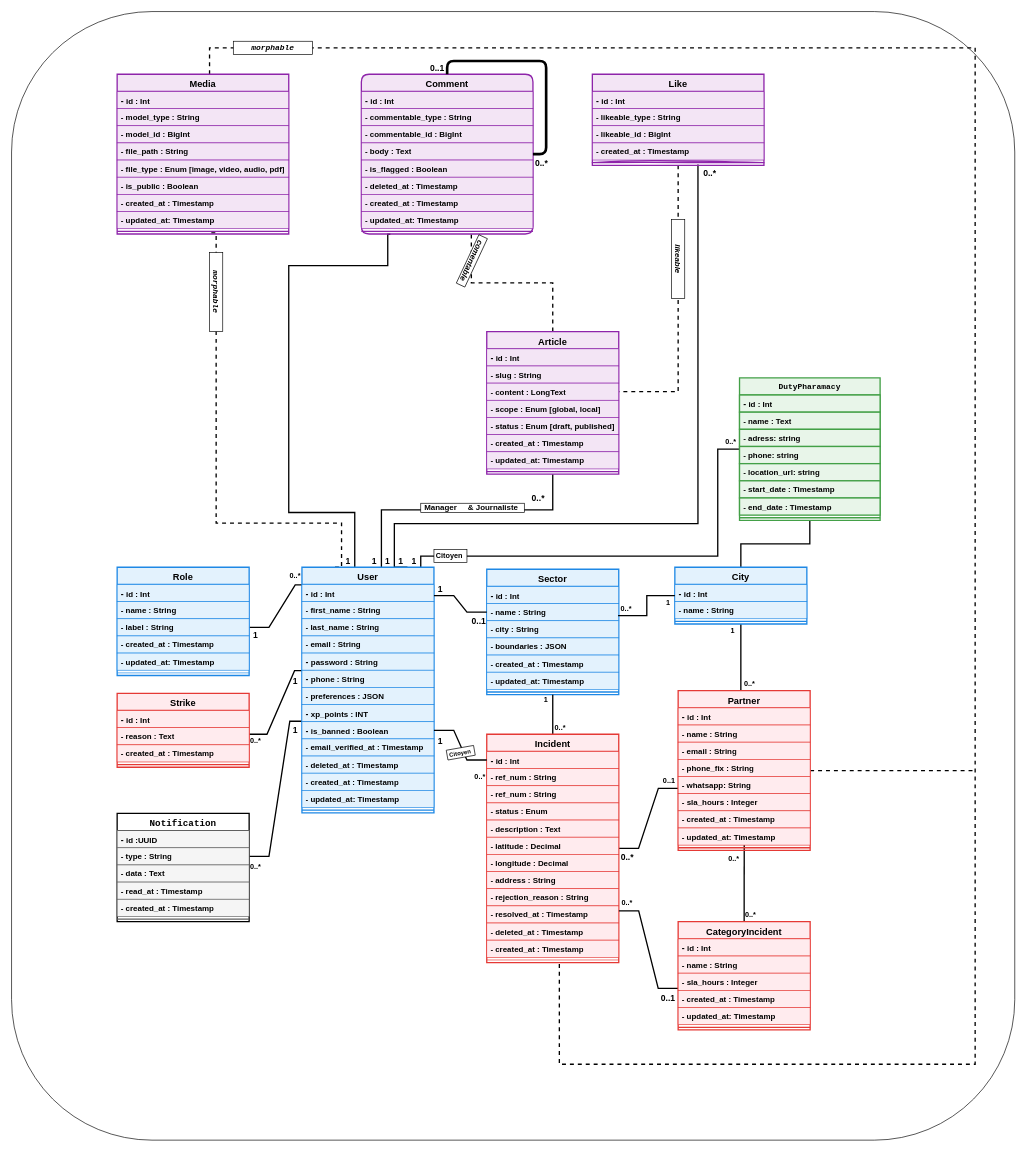
The draw.io diagram Dossier de Conception/diagramme Classe final Safi Pulse drow.drawio in AbdellahLemtiri/CityPulse-FR, before the edit. Source tidied: cells renumbered, new cells numbered last; positions are measured from the earlier drawing's top-left corner, leaving out a move shared by most shapes. Both pictures are drawn from the tidied source at 66%, with x=0, y=0 at pixel (11, 11).
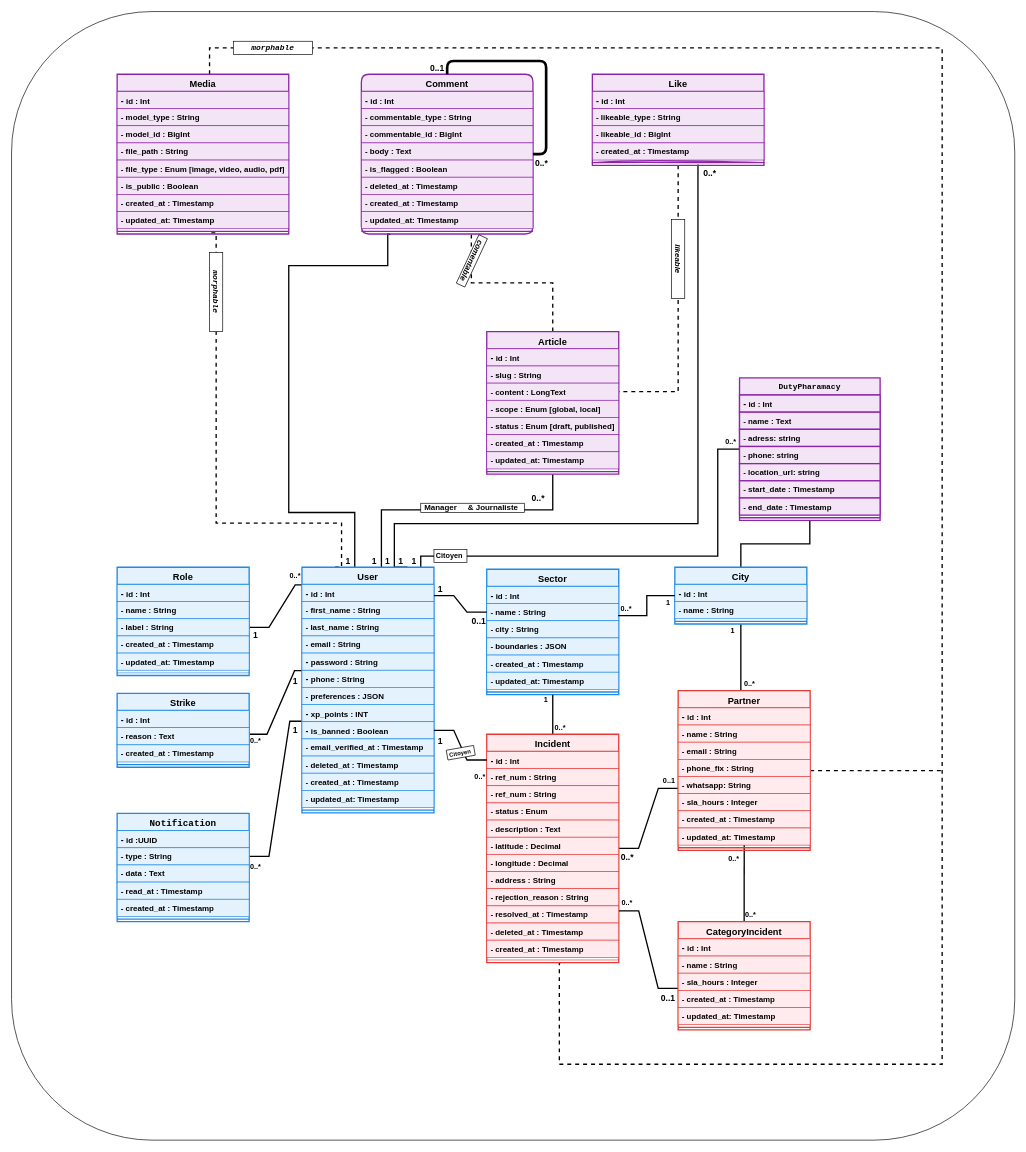
The same diagram, later.

The change refers to these unchanged cells:
```xml
<mxCell id="42" value="&lt;font style=&quot;font-size: 14px;&quot;&gt;Media&lt;/font&gt;" style="swimlane;fontStyle=1;align=center;verticalAlign=top;horizontal=1;startSize=26;whiteSpace=wrap;html=1;backgroundOutline=0;fixedWidth=0;strokeWidth=2;fillColor=#F3E5F5;strokeColor=#8E24AA;" parent="1" vertex="1">
  <mxGeometry x="160" y="95" width="260" height="242" as="geometry" />
</mxCell>
<mxCell id="85" style="line;strokeWidth=1;align=left;verticalAlign=middle;spacingTop=-1;spacingLeft=3;spacingRight=3;labelPosition=right;points=[];portConstraint=eastwest;fillColor=#FFEBEE;strokeColor=#E53935;" parent="72" vertex="1">
  <mxGeometry y="338" width="200" height="8" as="geometry" />
</mxCell>
<mxCell id="167" value="&lt;font style=&quot;font-size: 14px;&quot;&gt;Partner&lt;/font&gt;" style="swimlane;fontStyle=1;align=center;verticalAlign=top;horizontal=1;startSize=26;whiteSpace=wrap;html=1;backgroundOutline=0;fixedWidth=0;strokeWidth=2;fillColor=#FFEBEE;strokeColor=#E53935;" parent="1" vertex="1">
  <mxGeometry x="1010" y="1029" width="200" height="242" as="geometry" />
</mxCell>
```

Diff of the diagram source:
```diff
@@
     <mxCell id="41" style="edgeStyle=orthogonalEdgeStyle;rounded=0;jettySize=auto;html=1;entryX=0.557;entryY=0.75;entryDx=0;entryDy=0;dashed=1;strokeWidth=2;endArrow=none;endFill=0;entryPerimeter=0;" parent="1" edge="1" source="42" target="85">
       <mxGeometry relative="1" as="geometry">
         <Array as="points">
           <mxPoint x="300" y="55" />
-          <mxPoint x="1460" y="55" />
-          <mxPoint x="1460" y="1595" />
+          <mxPoint x="1410" y="55" />
+          <mxPoint x="1410" y="1595" />
           <mxPoint x="830" y="1595" />
           <mxPoint x="830" y="1441" />
         </Array>
       </mxGeometry>
     </mxCell>
@@
-    <mxCell id="96" value="&lt;code&gt;DutyPharamacy&lt;/code&gt;" style="swimlane;fontStyle=1;align=center;verticalAlign=top;horizontal=1;startSize=26;whiteSpace=wrap;html=1;backgroundOutline=0;fixedWidth=0;strokeWidth=2;fillColor=#E8F5E9;strokeColor=#43A047;" parent="1" vertex="1">
+    <mxCell id="96" value="&lt;code&gt;DutyPharamacy&lt;/code&gt;" style="swimlane;fontStyle=1;align=center;verticalAlign=top;horizontal=1;startSize=26;whiteSpace=wrap;html=1;backgroundOutline=0;fixedWidth=0;strokeWidth=2;fillColor=#F3E5F5;strokeColor=#8E24AA;" parent="1" vertex="1">
       <mxGeometry x="1103" y="555" width="213" height="216" as="geometry" />
     </mxCell>
-    <mxCell id="97" value="&lt;b&gt;&lt;span style=&quot;font-size: 13px;&quot;&gt;-&amp;nbsp;&lt;/span&gt;id :&amp;nbsp;&lt;/b&gt;&lt;b&gt;Int&lt;/b&gt;" style="text;align=left;verticalAlign=top;spacingLeft=4;spacingRight=4;overflow=hidden;whiteSpace=wrap;html=1;strokeWidth=2;fillColor=#E8F5E9;strokeColor=#43A047;" parent="96" vertex="1">
+    <mxCell id="97" value="&lt;b&gt;&lt;span style=&quot;font-size: 13px;&quot;&gt;-&amp;nbsp;&lt;/span&gt;id :&amp;nbsp;&lt;/b&gt;&lt;b&gt;Int&lt;/b&gt;" style="text;align=left;verticalAlign=top;spacingLeft=4;spacingRight=4;overflow=hidden;whiteSpace=wrap;html=1;strokeWidth=2;fillColor=#F3E5F5;strokeColor=#8E24AA;" parent="96" vertex="1">
       <mxGeometry y="26" width="213" height="26" as="geometry" />
     </mxCell>
-    <mxCell id="98" value="&lt;b&gt;-&amp;nbsp;name : Text&lt;/b&gt;" style="text;align=left;verticalAlign=top;spacingLeft=4;spacingRight=4;overflow=hidden;whiteSpace=wrap;html=1;strokeWidth=2;fillColor=#E8F5E9;strokeColor=#43A047;" parent="96" vertex="1">
+    <mxCell id="98" value="&lt;b&gt;-&amp;nbsp;name : Text&lt;/b&gt;" style="text;align=left;verticalAlign=top;spacingLeft=4;spacingRight=4;overflow=hidden;whiteSpace=wrap;html=1;strokeWidth=2;fillColor=#F3E5F5;strokeColor=#8E24AA;" parent="96" vertex="1">
       <mxGeometry y="52" width="213" height="26" as="geometry" />
     </mxCell>
-    <mxCell id="99" value="&lt;div&gt;&lt;b&gt;-&amp;nbsp;&lt;span style=&quot;background-color: transparent; color: light-dark(rgb(0, 0, 0), rgb(255, 255, 255));&quot;&gt;adress: string&lt;/span&gt;&lt;/b&gt;&lt;/div&gt;" style="text;align=left;verticalAlign=top;spacingLeft=4;spacingRight=4;overflow=hidden;whiteSpace=wrap;html=1;strokeWidth=2;fillColor=#E8F5E9;strokeColor=#43A047;" parent="96" vertex="1">
+    <mxCell id="99" value="&lt;div&gt;&lt;b&gt;-&amp;nbsp;&lt;span style=&quot;background-color: transparent; color: light-dark(rgb(0, 0, 0), rgb(255, 255, 255));&quot;&gt;adress: string&lt;/span&gt;&lt;/b&gt;&lt;/div&gt;" style="text;align=left;verticalAlign=top;spacingLeft=4;spacingRight=4;overflow=hidden;whiteSpace=wrap;html=1;strokeWidth=2;fillColor=#F3E5F5;strokeColor=#8E24AA;" parent="96" vertex="1">
       <mxGeometry y="78" width="213" height="26" as="geometry" />
     </mxCell>
-    <mxCell id="100" value="&lt;div&gt;&lt;b&gt;-&amp;nbsp;&lt;span style=&quot;background-color: transparent; color: light-dark(rgb(0, 0, 0), rgb(255, 255, 255));&quot;&gt;phone: string&lt;/span&gt;&lt;/b&gt;&lt;/div&gt;" style="text;align=left;verticalAlign=top;spacingLeft=4;spacingRight=4;overflow=hidden;whiteSpace=wrap;html=1;strokeWidth=2;fillColor=#E8F5E9;strokeColor=#43A047;" parent="96" vertex="1">
+    <mxCell id="100" value="&lt;div&gt;&lt;b&gt;-&amp;nbsp;&lt;span style=&quot;background-color: transparent; color: light-dark(rgb(0, 0, 0), rgb(255, 255, 255));&quot;&gt;phone: string&lt;/span&gt;&lt;/b&gt;&lt;/div&gt;" style="text;align=left;verticalAlign=top;spacingLeft=4;spacingRight=4;overflow=hidden;whiteSpace=wrap;html=1;strokeWidth=2;fillColor=#F3E5F5;strokeColor=#8E24AA;" parent="96" vertex="1">
       <mxGeometry y="104" width="213" height="26" as="geometry" />
     </mxCell>
-    <mxCell id="101" value="&lt;div&gt;&lt;b&gt;-&amp;nbsp;&lt;span style=&quot;background-color: transparent; color: light-dark(rgb(0, 0, 0), rgb(255, 255, 255));&quot;&gt;location_url: string&lt;/span&gt;&lt;/b&gt;&lt;/div&gt;" style="text;align=left;verticalAlign=top;spacingLeft=4;spacingRight=4;overflow=hidden;whiteSpace=wrap;html=1;strokeWidth=2;fillColor=#E8F5E9;strokeColor=#43A047;" parent="96" vertex="1">
+    <mxCell id="101" value="&lt;div&gt;&lt;b&gt;-&amp;nbsp;&lt;span style=&quot;background-color: transparent; color: light-dark(rgb(0, 0, 0), rgb(255, 255, 255));&quot;&gt;location_url: string&lt;/span&gt;&lt;/b&gt;&lt;/div&gt;" style="text;align=left;verticalAlign=top;spacingLeft=4;spacingRight=4;overflow=hidden;whiteSpace=wrap;html=1;strokeWidth=2;fillColor=#F3E5F5;strokeColor=#8E24AA;" parent="96" vertex="1">
       <mxGeometry y="130" width="213" height="26" as="geometry" />
     </mxCell>
-    <mxCell id="102" value="&lt;div&gt;&lt;b&gt;- start_date : Timestamp&lt;/b&gt;&lt;/div&gt;" style="text;align=left;verticalAlign=top;spacingLeft=4;spacingRight=4;overflow=hidden;whiteSpace=wrap;html=1;strokeWidth=2;fillColor=#E8F5E9;strokeColor=#43A047;" parent="96" vertex="1">
+    <mxCell id="102" value="&lt;div&gt;&lt;b&gt;- start_date : Timestamp&lt;/b&gt;&lt;/div&gt;" style="text;align=left;verticalAlign=top;spacingLeft=4;spacingRight=4;overflow=hidden;whiteSpace=wrap;html=1;strokeWidth=2;fillColor=#F3E5F5;strokeColor=#8E24AA;" parent="96" vertex="1">
       <mxGeometry y="156" width="213" height="26" as="geometry" />
     </mxCell>
-    <mxCell id="103" value="&lt;div&gt;&lt;b&gt;- end_date : Timestamp&lt;/b&gt;&lt;/div&gt;" style="text;align=left;verticalAlign=top;spacingLeft=4;spacingRight=4;overflow=hidden;whiteSpace=wrap;html=1;strokeWidth=2;fillColor=#E8F5E9;strokeColor=#43A047;" parent="96" vertex="1">
+    <mxCell id="103" value="&lt;div&gt;&lt;b&gt;- end_date : Timestamp&lt;/b&gt;&lt;/div&gt;" style="text;align=left;verticalAlign=top;spacingLeft=4;spacingRight=4;overflow=hidden;whiteSpace=wrap;html=1;strokeWidth=2;fillColor=#F3E5F5;strokeColor=#8E24AA;" parent="96" vertex="1">
       <mxGeometry y="182" width="213" height="26" as="geometry" />
     </mxCell>
-    <mxCell id="104" style="line;strokeWidth=2;align=left;verticalAlign=middle;spacingTop=-1;spacingLeft=3;spacingRight=3;labelPosition=right;fillColor=#E8F5E9;strokeColor=#43A047;" parent="96" vertex="1">
+    <mxCell id="104" style="line;strokeWidth=2;align=left;verticalAlign=middle;spacingTop=-1;spacingLeft=3;spacingRight=3;labelPosition=right;fillColor=#F3E5F5;strokeColor=#8E24AA;" parent="96" vertex="1">
       <mxGeometry y="208" width="213" height="8" as="geometry" />
     </mxCell>
-    <mxCell id="105" value="&lt;b&gt;&lt;code&gt;&lt;font style=&quot;font-size: 14px;&quot;&gt;Notification&lt;/font&gt;&lt;/code&gt;&lt;/b&gt;" style="swimlane;fontStyle=1;align=center;verticalAlign=top;horizontal=1;startSize=26;whiteSpace=wrap;html=1;backgroundOutline=0;fixedWidth=0;strokeWidth=2;" parent="1" vertex="1">
+    <mxCell id="105" value="&lt;b&gt;&lt;code&gt;&lt;font style=&quot;font-size: 14px;&quot;&gt;Notification&lt;/font&gt;&lt;/code&gt;&lt;/b&gt;" style="swimlane;fontStyle=1;align=center;verticalAlign=top;horizontal=1;startSize=26;whiteSpace=wrap;html=1;backgroundOutline=0;fixedWidth=0;strokeWidth=2;strokeColor=#1E88E5;fillColor=#E3F2FD;" parent="1" vertex="1">
       <mxGeometry x="160" y="1215" width="200" height="164" as="geometry" />
     </mxCell>
-    <mxCell id="106" value="&lt;b&gt;&lt;span style=&quot;font-size: 13px;&quot;&gt;-&amp;nbsp;&lt;/span&gt;id :UUID&lt;/b&gt;" style="text;align=left;verticalAlign=top;spacingLeft=4;spacingRight=4;overflow=hidden;whiteSpace=wrap;html=1;strokeWidth=1;fillColor=#F5F5F5;strokeColor=#616161;" parent="105" vertex="1">
+    <mxCell id="106" value="&lt;b&gt;&lt;span style=&quot;font-size: 13px;&quot;&gt;-&amp;nbsp;&lt;/span&gt;id :UUID&lt;/b&gt;" style="text;align=left;verticalAlign=top;spacingLeft=4;spacingRight=4;overflow=hidden;whiteSpace=wrap;html=1;strokeWidth=1;fillColor=#E3F2FD;strokeColor=#1E88E5;" parent="105" vertex="1">
       <mxGeometry y="26" width="200" height="26" as="geometry" />
     </mxCell>
-    <mxCell id="107" value="&lt;b&gt;-&amp;nbsp;type : String &lt;/b&gt;" style="text;align=left;verticalAlign=top;spacingLeft=4;spacingRight=4;overflow=hidden;points=[[0,0.5],[1,0.5]];portConstraint=eastwest;whiteSpace=wrap;html=1;strokeWidth=1;fillColor=#F5F5F5;strokeColor=#616161;" parent="105" vertex="1">
+    <mxCell id="107" value="&lt;b&gt;-&amp;nbsp;type : String &lt;/b&gt;" style="text;align=left;verticalAlign=top;spacingLeft=4;spacingRight=4;overflow=hidden;points=[[0,0.5],[1,0.5]];portConstraint=eastwest;whiteSpace=wrap;html=1;strokeWidth=1;fillColor=#E3F2FD;strokeColor=#1E88E5;" parent="105" vertex="1">
       <mxGeometry y="52" width="200" height="26" as="geometry" />
     </mxCell>
-    <mxCell id="108" value="&lt;b&gt;-&amp;nbsp;data : Text&amp;nbsp; &amp;nbsp;&lt;/b&gt;" style="text;align=left;verticalAlign=top;spacingLeft=4;spacingRight=4;overflow=hidden;whiteSpace=wrap;html=1;strokeWidth=1;fillColor=#F5F5F5;strokeColor=#616161;" parent="105" vertex="1">
+    <mxCell id="108" value="&lt;b&gt;-&amp;nbsp;data : Text&amp;nbsp; &amp;nbsp;&lt;/b&gt;" style="text;align=left;verticalAlign=top;spacingLeft=4;spacingRight=4;overflow=hidden;whiteSpace=wrap;html=1;strokeWidth=1;fillColor=#E3F2FD;strokeColor=#1E88E5;" parent="105" vertex="1">
       <mxGeometry y="78" width="200" height="26" as="geometry" />
     </mxCell>
-    <mxCell id="109" value="&lt;b&gt;-&amp;nbsp;read_at : Timestamp &lt;/b&gt;" style="text;align=left;verticalAlign=top;spacingLeft=4;spacingRight=4;overflow=hidden;whiteSpace=wrap;html=1;strokeWidth=1;fillColor=#F5F5F5;strokeColor=#616161;" parent="105" vertex="1">
+    <mxCell id="109" value="&lt;b&gt;-&amp;nbsp;read_at : Timestamp &lt;/b&gt;" style="text;align=left;verticalAlign=top;spacingLeft=4;spacingRight=4;overflow=hidden;whiteSpace=wrap;html=1;strokeWidth=1;fillColor=#E3F2FD;strokeColor=#1E88E5;" parent="105" vertex="1">
       <mxGeometry y="104" width="200" height="26" as="geometry" />
     </mxCell>
-    <mxCell id="110" value="&lt;div&gt;&lt;b&gt;- created_at : Timestamp&lt;/b&gt;&lt;/div&gt;" style="text;align=left;verticalAlign=top;spacingLeft=4;spacingRight=4;overflow=hidden;whiteSpace=wrap;html=1;strokeWidth=1;fillColor=#F5F5F5;strokeColor=#616161;" parent="105" vertex="1">
+    <mxCell id="110" value="&lt;div&gt;&lt;b&gt;- created_at : Timestamp&lt;/b&gt;&lt;/div&gt;" style="text;align=left;verticalAlign=top;spacingLeft=4;spacingRight=4;overflow=hidden;whiteSpace=wrap;html=1;strokeWidth=1;fillColor=#E3F2FD;strokeColor=#1E88E5;" parent="105" vertex="1">
       <mxGeometry y="130" width="200" height="26" as="geometry" />
     </mxCell>
-    <mxCell id="111" style="line;strokeWidth=2;align=left;verticalAlign=middle;spacingTop=-1;spacingLeft=3;spacingRight=3;labelPosition=right;fillColor=#F5F5F5;strokeColor=#616161;" parent="105" vertex="1">
+    <mxCell id="111" style="line;strokeWidth=2;align=left;verticalAlign=middle;spacingTop=-1;spacingLeft=3;spacingRight=3;labelPosition=right;fillColor=#E3F2FD;strokeColor=#1E88E5;" parent="105" vertex="1">
       <mxGeometry y="156" width="200" height="8" as="geometry" />
     </mxCell>
-    <mxCell id="112" value="&lt;font style=&quot;font-size: 14px;&quot;&gt;Strike&lt;/font&gt;" style="swimlane;fontStyle=1;align=center;verticalAlign=top;horizontal=1;startSize=26;whiteSpace=wrap;html=1;backgroundOutline=0;fixedWidth=0;strokeWidth=2;fillColor=#FFEBEE;strokeColor=#E53935;" parent="1" vertex="1">
+    <mxCell id="112" value="&lt;font style=&quot;font-size: 14px;&quot;&gt;Strike&lt;/font&gt;" style="swimlane;fontStyle=1;align=center;verticalAlign=top;horizontal=1;startSize=26;whiteSpace=wrap;html=1;backgroundOutline=0;fixedWidth=0;strokeWidth=2;fillColor=#E3F2FD;strokeColor=#1E88E5;" parent="1" vertex="1">
       <mxGeometry x="160" y="1033" width="200" height="112" as="geometry" />
     </mxCell>
-    <mxCell id="113" value="&lt;b&gt;&lt;span style=&quot;font-size: 13px;&quot;&gt;-&amp;nbsp;&lt;/span&gt;id :&amp;nbsp;&lt;/b&gt;&lt;b&gt;Int&lt;/b&gt;" style="text;align=left;verticalAlign=top;spacingLeft=4;spacingRight=4;overflow=hidden;whiteSpace=wrap;html=1;strokeWidth=1;fillColor=#FFEBEE;strokeColor=#E53935;" parent="112" vertex="1">
+    <mxCell id="113" value="&lt;b&gt;&lt;span style=&quot;font-size: 13px;&quot;&gt;-&amp;nbsp;&lt;/span&gt;id :&amp;nbsp;&lt;/b&gt;&lt;b&gt;Int&lt;/b&gt;" style="text;align=left;verticalAlign=top;spacingLeft=4;spacingRight=4;overflow=hidden;whiteSpace=wrap;html=1;strokeWidth=1;fillColor=#E3F2FD;strokeColor=#1E88E5;" parent="112" vertex="1">
       <mxGeometry y="26" width="200" height="26" as="geometry" />
     </mxCell>
-    <mxCell id="114" value="&lt;b&gt;-&amp;nbsp;reason : Text&lt;/b&gt;" style="text;align=left;verticalAlign=top;spacingLeft=4;spacingRight=4;overflow=hidden;whiteSpace=wrap;html=1;strokeWidth=1;fillColor=#FFEBEE;strokeColor=#E53935;" parent="112" vertex="1">
+    <mxCell id="114" value="&lt;b&gt;-&amp;nbsp;reason : Text&lt;/b&gt;" style="text;align=left;verticalAlign=top;spacingLeft=4;spacingRight=4;overflow=hidden;whiteSpace=wrap;html=1;strokeWidth=1;fillColor=#E3F2FD;strokeColor=#1E88E5;" parent="112" vertex="1">
       <mxGeometry y="52" width="200" height="26" as="geometry" />
     </mxCell>
-    <mxCell id="115" value="&lt;div&gt;&lt;b&gt;- created_at : Timestamp&lt;/b&gt;&lt;/div&gt;" style="text;align=left;verticalAlign=top;spacingLeft=4;spacingRight=4;overflow=hidden;whiteSpace=wrap;html=1;strokeWidth=1;fillColor=#FFEBEE;strokeColor=#E53935;" parent="112" vertex="1">
+    <mxCell id="115" value="&lt;div&gt;&lt;b&gt;- created_at : Timestamp&lt;/b&gt;&lt;/div&gt;" style="text;align=left;verticalAlign=top;spacingLeft=4;spacingRight=4;overflow=hidden;whiteSpace=wrap;html=1;strokeWidth=1;fillColor=#E3F2FD;strokeColor=#1E88E5;" parent="112" vertex="1">
       <mxGeometry y="78" width="200" height="26" as="geometry" />
     </mxCell>
-    <mxCell id="116" style="line;strokeWidth=2;align=left;verticalAlign=middle;spacingTop=-1;spacingLeft=3;spacingRight=3;labelPosition=right;fillColor=#FFEBEE;strokeColor=#E53935;" parent="112" vertex="1">
+    <mxCell id="116" style="line;strokeWidth=2;align=left;verticalAlign=middle;spacingTop=-1;spacingLeft=3;spacingRight=3;labelPosition=right;fillColor=#E3F2FD;strokeColor=#1E88E5;" parent="112" vertex="1">
       <mxGeometry y="104" width="200" height="8" as="geometry" />
     </mxCell>
@@
     <mxCell id="166" style="edgeStyle=orthogonalEdgeStyle;rounded=0;jettySize=auto;html=1;strokeColor=default;dashed=1;endArrow=none;endFill=0;strokeWidth=2;" parent="1" edge="1" source="167">
       <mxGeometry relative="1" as="geometry">
-        <mxPoint x="1460" y="1150" as="targetPoint" />
+        <mxPoint x="1410" y="1150" as="targetPoint" />
       </mxGeometry>
     </mxCell>
```
